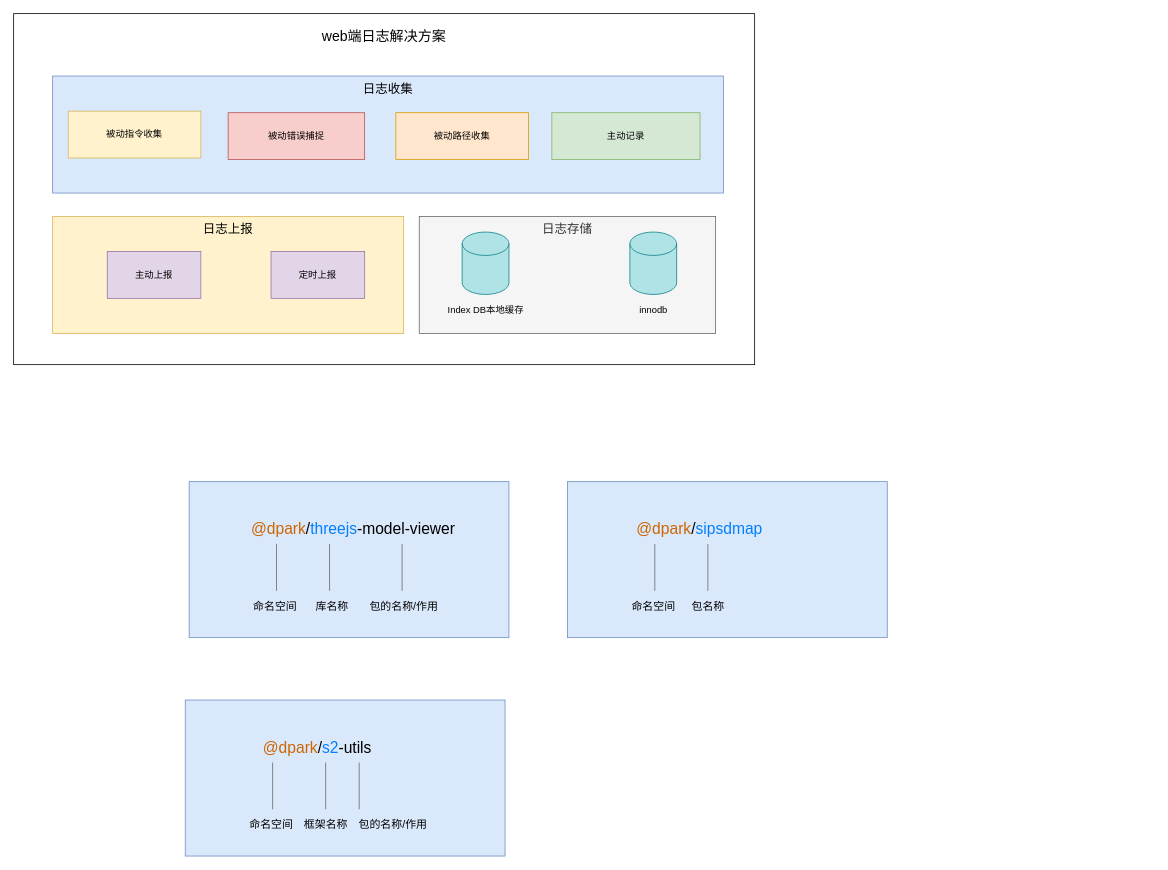
The draw.io diagram Untitled Diagram.drawio in meterXu/drawiofile, before the edit. Source tidied: cells renumbered, new cells numbered last; positions are measured from the earlier drawing's top-left corner, leaving out a move shared by most shapes. Both pictures are drawn from the tidied source at 78%, with x=0, y=0 at pixel (13, 13).
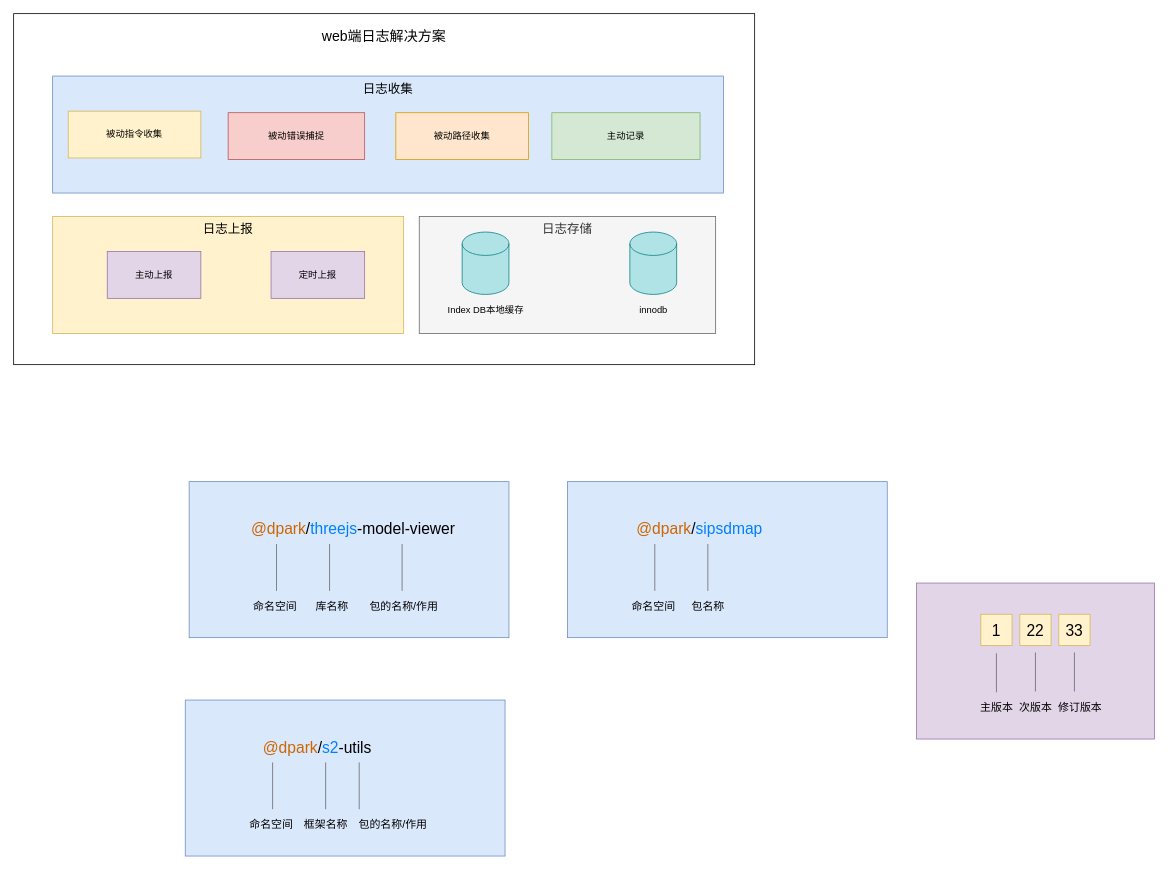
Above is the later version.

The edit, as a diff of the source:
```diff
@@
+    <mxCell id="39" style="text;whiteSpace=wrap;html=1;fillColor=#e1d5e7;strokeColor=#9673a6;" parent="1" vertex="1">
+      <mxGeometry x="1157.5" y="730" width="305" height="200" as="geometry" />
+    </mxCell>
+    <mxCell id="40" value="&lt;font style=&quot;font-size: 20px&quot;&gt;1&lt;/font&gt;" style="text;html=1;strokeColor=#d6b656;fillColor=#fff2cc;align=center;verticalAlign=middle;whiteSpace=wrap;rounded=0;" parent="1" vertex="1">
+      <mxGeometry x="1240" y="770" width="40" height="40" as="geometry" />
+    </mxCell>
+    <mxCell id="41" value="&lt;font style=&quot;font-size: 20px&quot;&gt;22&lt;/font&gt;" style="text;html=1;strokeColor=#d6b656;fillColor=#fff2cc;align=center;verticalAlign=middle;whiteSpace=wrap;rounded=0;" parent="1" vertex="1">
+      <mxGeometry x="1290" y="770" width="40" height="40" as="geometry" />
+    </mxCell>
+    <mxCell id="42" value="&lt;font style=&quot;font-size: 20px&quot;&gt;33&lt;/font&gt;" style="text;html=1;strokeColor=#d6b656;fillColor=#fff2cc;align=center;verticalAlign=middle;whiteSpace=wrap;rounded=0;" parent="1" vertex="1">
+      <mxGeometry x="1340" y="770" width="40" height="40" as="geometry" />
+    </mxCell>
+    <mxCell id="43" style="endArrow=none;html=1;strokeColor=#666666;" parent="1" edge="1">
+      <mxGeometry relative="1" as="geometry">
+        <mxPoint x="1260" y="870" as="sourcePoint" />
+        <mxPoint x="1260" y="820" as="targetPoint" />
+      </mxGeometry>
+    </mxCell>
+    <mxCell id="44" value="&lt;font style=&quot;font-size: 14px&quot;&gt;主版本&lt;/font&gt;" style="text;html=1;align=center;verticalAlign=middle;" parent="1" vertex="1">
+      <mxGeometry x="1230" y="880" width="60" height="20" as="geometry" />
+    </mxCell>
+    <mxCell id="45" style="endArrow=none;html=1;strokeColor=#666666;" parent="1" edge="1">
+      <mxGeometry relative="1" as="geometry">
+        <mxPoint x="1310" y="869" as="sourcePoint" />
+        <mxPoint x="1310" y="819" as="targetPoint" />
+      </mxGeometry>
+    </mxCell>
+    <mxCell id="46" style="endArrow=none;html=1;strokeColor=#666666;" parent="1" edge="1">
+      <mxGeometry relative="1" as="geometry">
+        <mxPoint x="1360" y="869" as="sourcePoint" />
+        <mxPoint x="1360" y="819" as="targetPoint" />
+      </mxGeometry>
+    </mxCell>
+    <mxCell id="47" value="&lt;font style=&quot;font-size: 14px&quot;&gt;次版本&lt;/font&gt;" style="text;html=1;align=center;verticalAlign=middle;" parent="1" vertex="1">
+      <mxGeometry x="1280" y="880" width="60" height="20" as="geometry" />
+    </mxCell>
+    <mxCell id="48" value="&lt;span style=&quot;font-size: 14px&quot;&gt;修订版本&lt;/span&gt;" style="text;html=1;align=center;verticalAlign=middle;" parent="1" vertex="1">
+      <mxGeometry x="1332" y="880" width="70" height="20" as="geometry" />
+    </mxCell>
```
